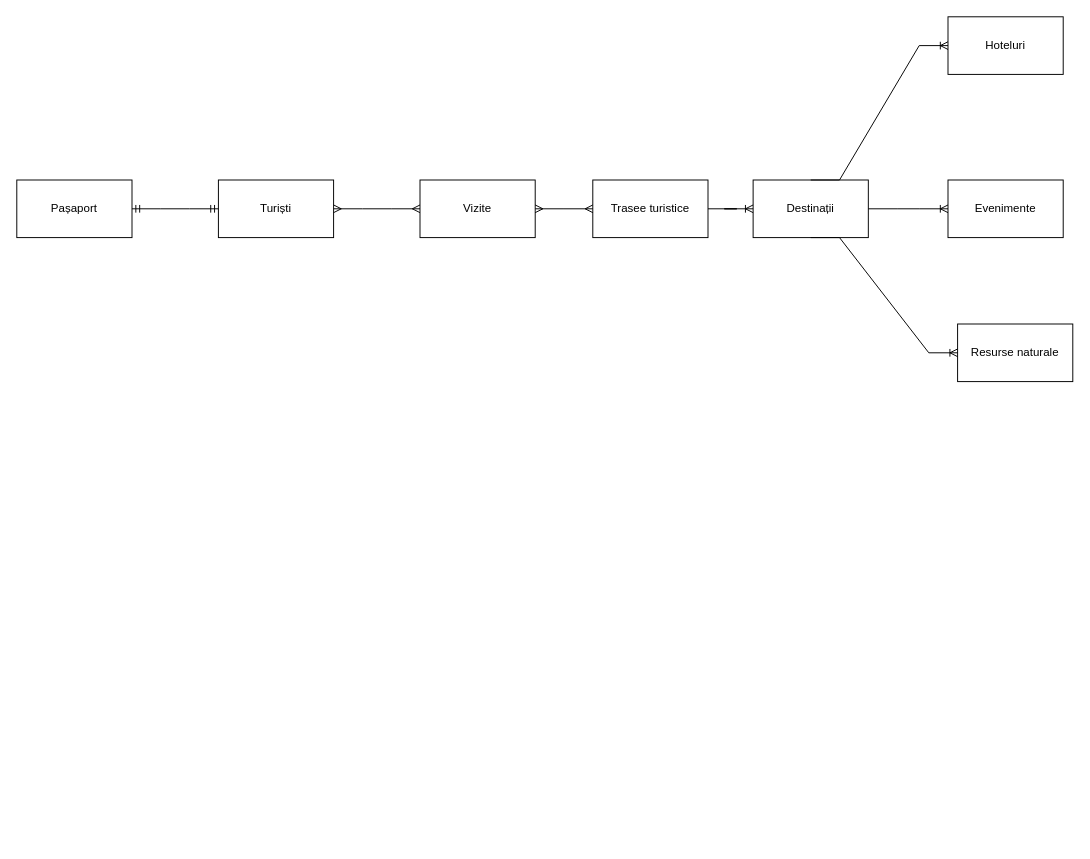
Before: Diagrama_turism.drawio in kunvictor/examen_sem_I_Kun, a draw.io diagram. Source tidied: cells renumbered, new cells numbered last; positions are measured from the earlier drawing's top-left corner, leaving out a move shared by most shapes. Both pictures are drawn from the tidied source at 96%, with x=0, y=0 at pixel (16, 16).
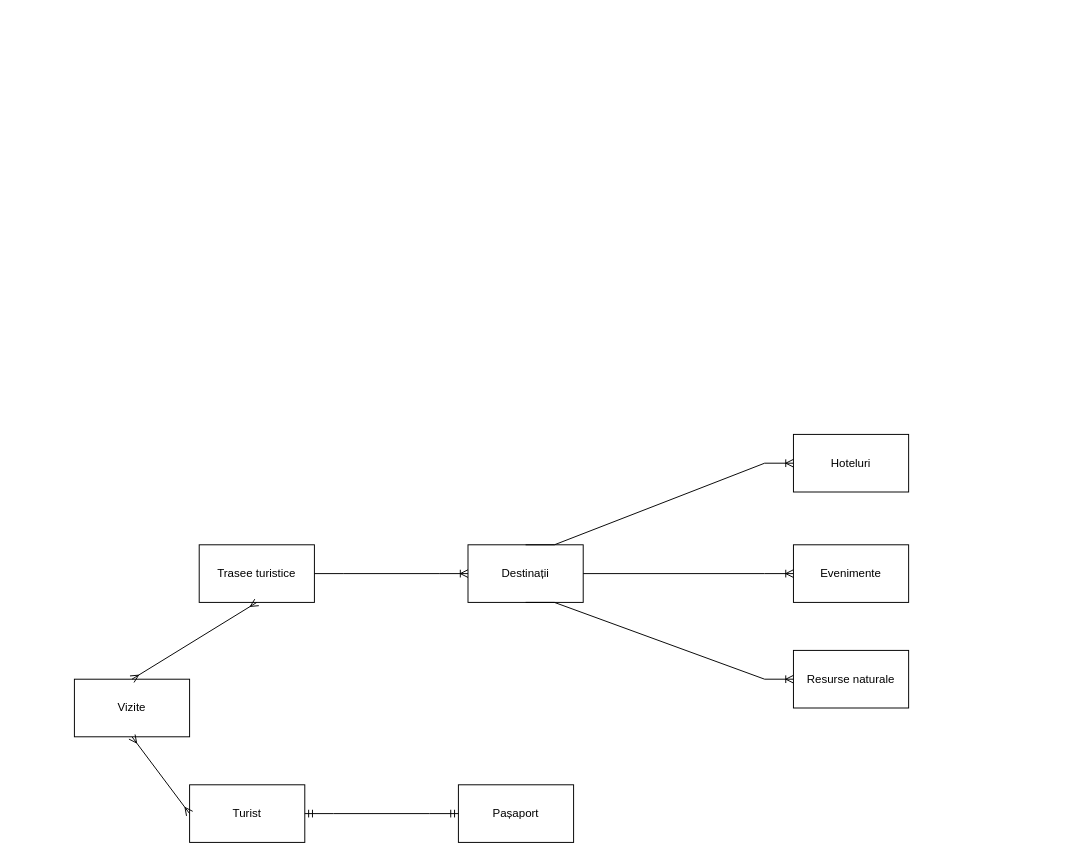
After the change.

Change to the diagram source:
```diff
@@
 <mxGraphModel>
   <root>
     <mxCell id="0" />
     <mxCell id="1" parent="0" />
+    <mxCell id="17" value="Turist" style="rounded=0;whiteSpace=wrap;html=1;" parent="1" vertex="1">
+      <mxGeometry x="180" y="800" width="120" height="60" as="geometry" />
+    </mxCell>
     <mxCell id="2" value="Pașaport" style="rounded=0;whiteSpace=wrap;html=1;" parent="1" vertex="1">
-      <mxGeometry y="170" width="120" height="60" as="geometry" />
+      <mxGeometry x="460" y="800" width="120" height="60" as="geometry" />
     </mxCell>
-    <mxCell id="3" value="Turiști" style="rounded=0;whiteSpace=wrap;html=1;" parent="1" vertex="1">
-      <mxGeometry x="210" y="170" width="120" height="60" as="geometry" />
-    </mxCell>
+    <mxCell id="18" style="edgeStyle=entityRelationEdgeStyle;fontSize=12;html=1;endArrow=ERmandOne;startArrow=ERmandOne;rounded=0;exitX=1;exitY=0.5;exitDx=0;exitDy=0;" parent="1" edge="1" source="17" target="2">
+      <mxGeometry relative="1" as="geometry" />
+    </mxCell>
+    <mxCell id="5" value="Trasee turistice" style="rounded=0;whiteSpace=wrap;html=1;" parent="1" vertex="1">
+      <mxGeometry x="190" y="550" width="120" height="60" as="geometry" />
+    </mxCell>
-    <mxCell id="4" value="Vizite" style="rounded=0;whiteSpace=wrap;html=1;" parent="1" vertex="1">
-      <mxGeometry x="420" y="170" width="120" height="60" as="geometry" />
+    <mxCell id="4" value="&lt;span style=&quot;font-weight: normal;&quot;&gt;Vizite&lt;/span&gt;" style="rounded=0;whiteSpace=wrap;html=1;fontStyle=1;" parent="1" vertex="1">
+      <mxGeometry x="60" y="690" width="120" height="60" as="geometry" />
     </mxCell>
-    <mxCell id="5" value="Trasee turistice" style="rounded=0;whiteSpace=wrap;html=1;" parent="1" vertex="1">
-      <mxGeometry x="600" y="170" width="120" height="60" as="geometry" />
-    </mxCell>
+    <mxCell id="19" style="fontSize=12;html=1;endArrow=ERmany;startArrow=ERmany;rounded=0;exitX=0;exitY=0.5;exitDx=0;exitDy=0;entryX=0.5;entryY=1;entryDx=0;entryDy=0;" parent="1" edge="1" source="17" target="4">
+      <mxGeometry relative="1" as="geometry" />
+    </mxCell>
+    <mxCell id="12" style="fontSize=12;html=1;endArrow=ERmany;startArrow=ERmany;rounded=0;exitX=0.5;exitY=0;exitDx=0;exitDy=0;entryX=0.5;entryY=1;entryDx=0;entryDy=0;" parent="1" edge="1" source="4" target="5">
+      <mxGeometry relative="1" as="geometry" />
+    </mxCell>
     <mxCell id="6" value="Destinații" style="rounded=0;whiteSpace=wrap;html=1;" parent="1" vertex="1">
-      <mxGeometry x="767" y="170" width="120" height="60" as="geometry" />
+      <mxGeometry x="470" y="550" width="120" height="60" as="geometry" />
     </mxCell>
     <mxCell id="7" value="Hoteluri" style="rounded=0;whiteSpace=wrap;html=1;" parent="1" vertex="1">
-      <mxGeometry x="970" width="120" height="60" as="geometry" />
+      <mxGeometry x="809" y="435" width="120" height="60" as="geometry" />
     </mxCell>
     <mxCell id="8" value="Evenimente" style="rounded=0;whiteSpace=wrap;html=1;" parent="1" vertex="1">
-      <mxGeometry x="970" y="170" width="120" height="60" as="geometry" />
+      <mxGeometry x="809" y="550" width="120" height="60" as="geometry" />
     </mxCell>
     <mxCell id="9" value="Resurse naturale" style="rounded=0;whiteSpace=wrap;html=1;" parent="1" vertex="1">
-      <mxGeometry x="980" y="320" width="120" height="60" as="geometry" />
+      <mxGeometry x="809" y="660" width="120" height="60" as="geometry" />
     </mxCell>
-    <mxCell id="10" style="edgeStyle=entityRelationEdgeStyle;fontSize=12;html=1;endArrow=ERmandOne;startArrow=ERmandOne;rounded=0;exitX=1;exitY=0.5;exitDx=0;exitDy=0;entryX=0;entryY=0.5;entryDx=0;entryDy=0;" parent="1" edge="1" source="2" target="3">
-      <mxGeometry relative="1" as="geometry" />
-    </mxCell>
-    <mxCell id="11" style="edgeStyle=entityRelationEdgeStyle;fontSize=12;html=1;endArrow=ERmany;startArrow=ERmany;rounded=0;entryX=0;entryY=0.5;entryDx=0;entryDy=0;" parent="1" edge="1" source="3" target="4">
-      <mxGeometry relative="1" as="geometry" />
-    </mxCell>
-    <mxCell id="12" style="edgeStyle=entityRelationEdgeStyle;fontSize=12;html=1;endArrow=ERmany;startArrow=ERmany;rounded=0;exitX=1;exitY=0.5;exitDx=0;exitDy=0;entryX=0;entryY=0.5;entryDx=0;entryDy=0;" parent="1" edge="1" source="4" target="5">
-      <mxGeometry relative="1" as="geometry" />
-    </mxCell>
-    <mxCell id="13" style="edgeStyle=entityRelationEdgeStyle;fontSize=12;html=1;endArrow=ERoneToMany;rounded=0;exitX=1;exitY=0.5;exitDx=0;exitDy=0;entryX=0;entryY=0.5;entryDx=0;entryDy=0;" parent="1" edge="1" source="5" target="6">
-      <mxGeometry relative="1" as="geometry" />
-    </mxCell>
     <mxCell id="14" style="edgeStyle=entityRelationEdgeStyle;fontSize=12;html=1;endArrow=ERoneToMany;rounded=0;exitX=1;exitY=0.5;exitDx=0;exitDy=0;" parent="1" edge="1" source="6" target="8">
       <mxGeometry relative="1" as="geometry" />
     </mxCell>
     <mxCell id="15" style="edgeStyle=entityRelationEdgeStyle;fontSize=12;html=1;endArrow=ERoneToMany;rounded=0;exitX=0.5;exitY=1;exitDx=0;exitDy=0;" parent="1" edge="1" source="6" target="9">
       <mxGeometry relative="1" as="geometry" />
     </mxCell>
     <mxCell id="16" style="edgeStyle=entityRelationEdgeStyle;fontSize=12;html=1;endArrow=ERoneToMany;rounded=0;exitX=0.5;exitY=0;exitDx=0;exitDy=0;entryX=0;entryY=0.5;entryDx=0;entryDy=0;" parent="1" edge="1" source="6" target="7">
       <mxGeometry relative="1" as="geometry" />
     </mxCell>
+    <mxCell id="13" style="edgeStyle=entityRelationEdgeStyle;fontSize=12;html=1;endArrow=ERoneToMany;rounded=0;entryX=0;entryY=0.5;entryDx=0;entryDy=0;" parent="1" edge="1" source="5" target="6">
+      <mxGeometry relative="1" as="geometry" />
+    </mxCell>
   </root>
 </mxGraphModel>
```
